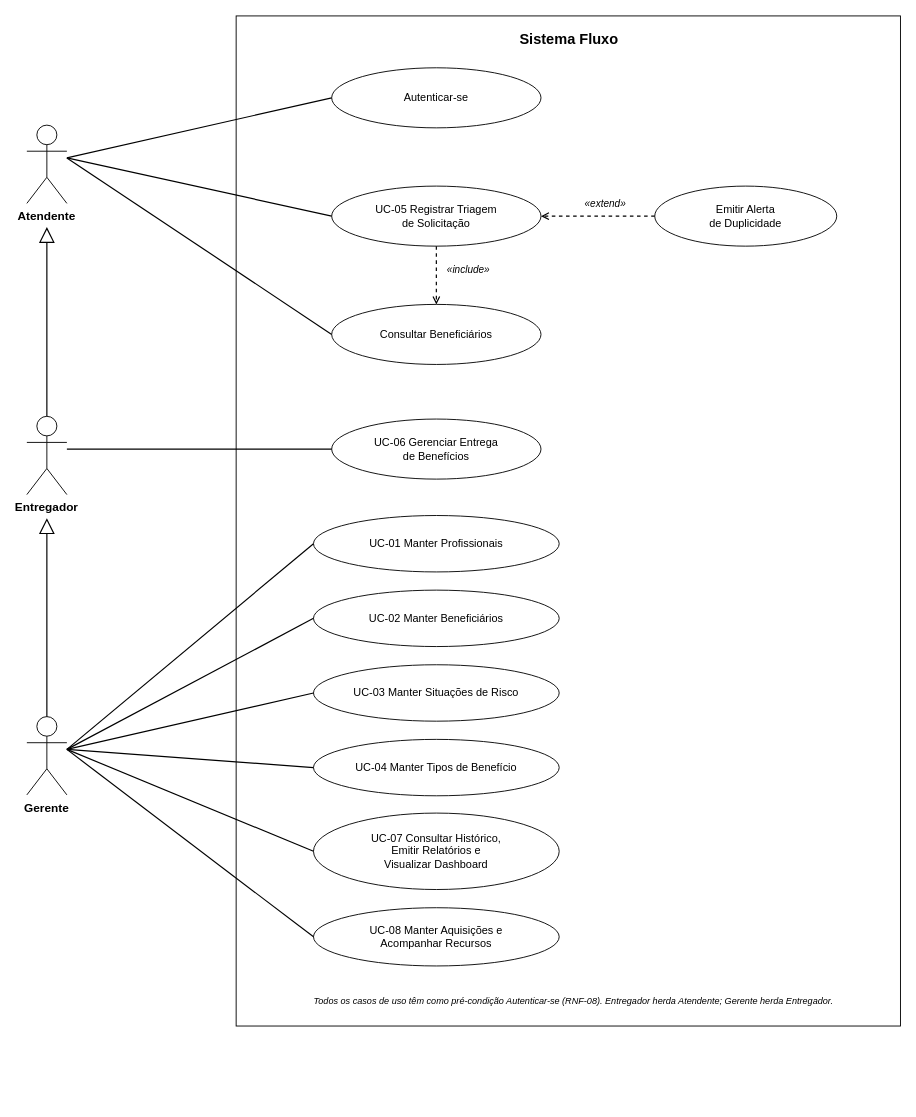
Before: docs/diagramas/Fluxo_CasosDeUso.drawio in Cachorreira/Fluxo, a draw.io diagram. Source tidied: cells renumbered, new cells numbered last; positions are measured from the earlier drawing's top-left corner, leaving out a move shared by most shapes. Both pictures are drawn from the tidied source at 91%, with x=0, y=0 at pixel (26, 15).
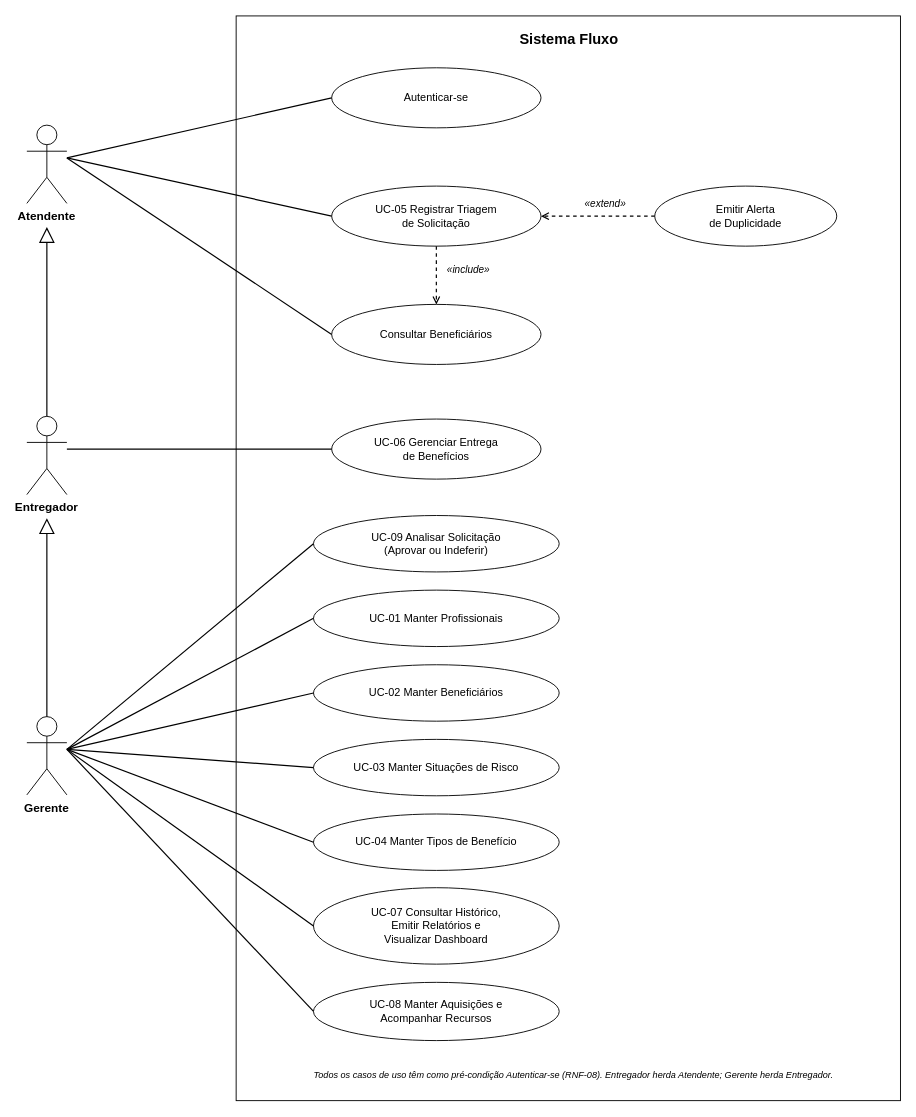
Above is the later version.

Change to the diagram source:
```diff
@@
     <mxCell id="2" style="rounded=0;arcSize=8;align=center;verticalAlign=middle;spacingLeft=0;spacingTop=0;html=1;whiteSpace=wrap;fontFamily=Helvetica;fontSize=12;fontStyle=0;fillColor=#FFFFFF;strokeColor=#000000;fontColor=#000000;" parent="1" vertex="1">
-      <mxGeometry x="230" width="730" height="1110" as="geometry" />
+      <mxGeometry x="230" width="730" height="1192" as="geometry" />
     </mxCell>
@@
-    <mxCell id="22" value="UC-01 Manter Profissionais" style="ellipse;html=1;whiteSpace=wrap;fontFamily=Helvetica;fontSize=12;fontStyle=0;fillColor=#FFFFFF;strokeColor=#000000;fontColor=#000000;" parent="1" vertex="1">
+    <mxCell id="22" value="UC-09 Analisar Solicitação&lt;br&gt;(Aprovar ou Indeferir)" style="ellipse;html=1;whiteSpace=wrap;fontFamily=Helvetica;fontSize=12;fontStyle=0;fillColor=#FFFFFF;strokeColor=#000000;fontColor=#000000;" parent="1" vertex="1">
       <mxGeometry x="315" y="549" width="270" height="62" as="geometry" />
     </mxCell>
@@
-    <mxCell id="24" value="UC-02 Manter Beneficiários" style="ellipse;html=1;whiteSpace=wrap;fontFamily=Helvetica;fontSize=12;fontStyle=0;fillColor=#FFFFFF;strokeColor=#000000;fontColor=#000000;" parent="1" vertex="1">
+    <mxCell id="24" value="UC-01 Manter Profissionais" style="ellipse;html=1;whiteSpace=wrap;fontFamily=Helvetica;fontSize=12;fontStyle=0;fillColor=#FFFFFF;strokeColor=#000000;fontColor=#000000;" parent="1" vertex="1">
       <mxGeometry x="315" y="631" width="270" height="62" as="geometry" />
     </mxCell>
@@
-    <mxCell id="26" value="UC-03 Manter Situações de Risco" style="ellipse;html=1;whiteSpace=wrap;fontFamily=Helvetica;fontSize=12;fontStyle=0;fillColor=#FFFFFF;strokeColor=#000000;fontColor=#000000;" parent="1" vertex="1">
+    <mxCell id="26" value="UC-02 Manter Beneficiários" style="ellipse;html=1;whiteSpace=wrap;fontFamily=Helvetica;fontSize=12;fontStyle=0;fillColor=#FFFFFF;strokeColor=#000000;fontColor=#000000;" parent="1" vertex="1">
       <mxGeometry x="315" y="713" width="270" height="62" as="geometry" />
     </mxCell>
@@
-    <mxCell id="28" value="UC-04 Manter Tipos de Benefício" style="ellipse;html=1;whiteSpace=wrap;fontFamily=Helvetica;fontSize=12;fontStyle=0;fillColor=#FFFFFF;strokeColor=#000000;fontColor=#000000;" parent="1" vertex="1">
+    <mxCell id="28" value="UC-03 Manter Situações de Risco" style="ellipse;html=1;whiteSpace=wrap;fontFamily=Helvetica;fontSize=12;fontStyle=0;fillColor=#FFFFFF;strokeColor=#000000;fontColor=#000000;" parent="1" vertex="1">
       <mxGeometry x="315" y="795" width="270" height="62" as="geometry" />
     </mxCell>
@@
-    <mxCell id="30" value="UC-07 Consultar Histórico,&lt;br&gt;Emitir Relatórios e&lt;br&gt;Visualizar Dashboard" style="ellipse;html=1;whiteSpace=wrap;fontFamily=Helvetica;fontSize=12;fontStyle=0;fillColor=#FFFFFF;strokeColor=#000000;fontColor=#000000;" parent="1" vertex="1">
-      <mxGeometry x="315" y="876" width="270" height="84" as="geometry" />
+    <mxCell id="30" value="UC-04 Manter Tipos de Benefício" style="ellipse;html=1;whiteSpace=wrap;fontFamily=Helvetica;fontSize=12;fontStyle=0;fillColor=#FFFFFF;strokeColor=#000000;fontColor=#000000;" parent="1" vertex="1">
+      <mxGeometry x="315" y="877" width="270" height="62" as="geometry" />
     </mxCell>
     <mxCell id="31" style="edgeStyle=none;html=1;rounded=0;endArrow=none;endFill=0;startArrow=none;startFill=0;strokeColor=#000000;strokeWidth=1.3;" parent="1" edge="1">
       <mxGeometry relative="1" as="geometry">
         <mxPoint x="44" y="806" as="sourcePoint" />
-        <mxPoint x="315" y="918" as="targetPoint" />
+        <mxPoint x="315" y="908" as="targetPoint" />
       </mxGeometry>
     </mxCell>
-    <mxCell id="32" value="UC-08 Manter Aquisições e&lt;br&gt;Acompanhar Recursos" style="ellipse;html=1;whiteSpace=wrap;fontFamily=Helvetica;fontSize=12;fontStyle=0;fillColor=#FFFFFF;strokeColor=#000000;fontColor=#000000;" parent="1" vertex="1">
-      <mxGeometry x="315" y="980" width="270" height="64" as="geometry" />
+    <mxCell id="32" value="UC-07 Consultar Histórico,&lt;br&gt;Emitir Relatórios e&lt;br&gt;Visualizar Dashboard" style="ellipse;html=1;whiteSpace=wrap;fontFamily=Helvetica;fontSize=12;fontStyle=0;fillColor=#FFFFFF;strokeColor=#000000;fontColor=#000000;" parent="1" vertex="1">
+      <mxGeometry x="315" y="958" width="270" height="84" as="geometry" />
     </mxCell>
     <mxCell id="33" style="edgeStyle=none;html=1;rounded=0;endArrow=none;endFill=0;startArrow=none;startFill=0;strokeColor=#000000;strokeWidth=1.3;" parent="1" edge="1">
       <mxGeometry relative="1" as="geometry">
         <mxPoint x="44" y="806" as="sourcePoint" />
-        <mxPoint x="315" y="1012" as="targetPoint" />
+        <mxPoint x="315" y="1000" as="targetPoint" />
       </mxGeometry>
     </mxCell>
-    <mxCell id="34" value="Todos os casos de uso têm como pré-condição Autenticar-se (RNF-08). Entregador herda Atendente; Gerente herda Entregador." style="text;align=center;verticalAlign=middle;spacingLeft=2;html=1;whiteSpace=wrap;fontFamily=Helvetica;fontSize=10;fontStyle=2;fillColor=none;strokeColor=none;fontColor=#000000;" parent="1" vertex="1">
-      <mxGeometry x="240" y="1070" width="720" height="24" as="geometry" />
+    <mxCell id="34" value="UC-08 Manter Aquisições e&lt;br&gt;Acompanhar Recursos" style="ellipse;html=1;whiteSpace=wrap;fontFamily=Helvetica;fontSize=12;fontStyle=0;fillColor=#FFFFFF;strokeColor=#000000;fontColor=#000000;" parent="1" vertex="1">
+      <mxGeometry x="315" y="1062" width="270" height="64" as="geometry" />
     </mxCell>
+    <mxCell id="35" style="edgeStyle=none;html=1;rounded=0;endArrow=none;endFill=0;startArrow=none;startFill=0;strokeColor=#000000;strokeWidth=1.3;" parent="1" edge="1">
+      <mxGeometry relative="1" as="geometry">
+        <mxPoint x="44" y="806" as="sourcePoint" />
+        <mxPoint x="315" y="1094" as="targetPoint" />
+      </mxGeometry>
+    </mxCell>
+    <mxCell id="36" value="Todos os casos de uso têm como pré-condição Autenticar-se (RNF-08). Entregador herda Atendente; Gerente herda Entregador." style="text;align=center;verticalAlign=middle;spacingLeft=2;html=1;whiteSpace=wrap;fontFamily=Helvetica;fontSize=10;fontStyle=2;fillColor=none;strokeColor=none;fontColor=#000000;" parent="1" vertex="1">
+      <mxGeometry x="240" y="1152" width="720" height="24" as="geometry" />
+    </mxCell>
```
